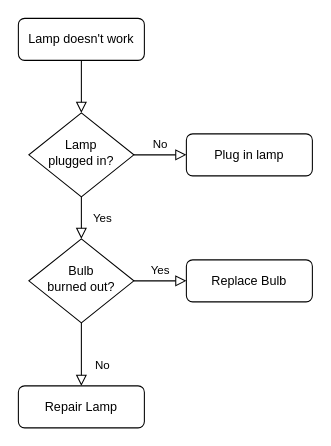
The draw.io diagram Untitled Diagram.drawio in akctba/helpMeal, before the edit. Source tidied: cells renumbered, new cells numbered last; positions are measured from the earlier drawing's top-left corner, leaving out a move shared by most shapes. Both pictures are drawn from the tidied source at 105%, with x=0, y=0 at pixel (18, 18).
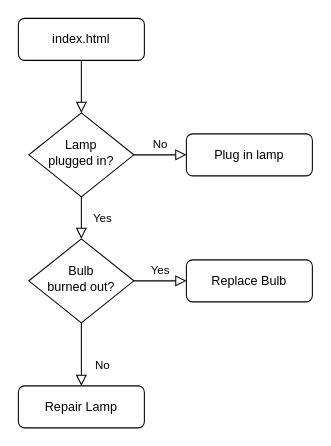
The same page after the edit.

The edit, as a diff of the source:
```diff
@@
 <mxGraphModel>
   <root>
     <mxCell id="0" />
     <mxCell id="1" parent="0" />
     <mxCell id="2" style="rounded=0;html=1;jettySize=auto;fontSize=11;endArrow=block;endFill=0;endSize=8;strokeWidth=1;shadow=0;labelBackgroundColor=none;edgeStyle=orthogonalEdgeStyle;" parent="1" edge="1" source="3" target="6">
       <mxGeometry relative="1" as="geometry" />
     </mxCell>
-    <mxCell id="3" value="Lamp doesn't work" style="rounded=1;whiteSpace=wrap;html=1;fontSize=12;glass=0;strokeWidth=1;shadow=0;" parent="1" vertex="1">
+    <mxCell id="3" value="index.html" style="rounded=1;whiteSpace=wrap;html=1;fontSize=12;glass=0;strokeWidth=1;shadow=0;" parent="1" vertex="1">
       <mxGeometry width="120" height="40" as="geometry" />
     </mxCell>
     <mxCell id="4" value="Yes" style="rounded=0;html=1;jettySize=auto;fontSize=11;endArrow=block;endFill=0;endSize=8;strokeWidth=1;shadow=0;labelBackgroundColor=none;edgeStyle=orthogonalEdgeStyle;" parent="1" edge="1" source="6" target="10">
       <mxGeometry y="20" relative="1" as="geometry" />
     </mxCell>
     <mxCell id="5" value="No" style="edgeStyle=orthogonalEdgeStyle;rounded=0;html=1;jettySize=auto;fontSize=11;endArrow=block;endFill=0;endSize=8;strokeWidth=1;shadow=0;labelBackgroundColor=none;" parent="1" edge="1" source="6" target="7">
       <mxGeometry y="10" relative="1" as="geometry" />
     </mxCell>
     <mxCell id="6" value="Lamp&lt;br&gt;plugged in?" style="rhombus;whiteSpace=wrap;html=1;shadow=0;fontFamily=Helvetica;fontSize=12;align=center;strokeWidth=1;spacing=6;spacingTop=-4;" parent="1" vertex="1">
       <mxGeometry x="10" y="90" width="100" height="80" as="geometry" />
     </mxCell>
     <mxCell id="7" value="Plug in lamp" style="rounded=1;whiteSpace=wrap;html=1;fontSize=12;glass=0;strokeWidth=1;shadow=0;" parent="1" vertex="1">
       <mxGeometry x="160" y="110" width="120" height="40" as="geometry" />
     </mxCell>
     <mxCell id="8" value="No" style="rounded=0;html=1;jettySize=auto;fontSize=11;endArrow=block;endFill=0;endSize=8;strokeWidth=1;shadow=0;labelBackgroundColor=none;edgeStyle=orthogonalEdgeStyle;" parent="1" edge="1" source="10" target="11">
       <mxGeometry x="0.33" y="20" relative="1" as="geometry" />
     </mxCell>
     <mxCell id="9" value="Yes" style="edgeStyle=orthogonalEdgeStyle;rounded=0;html=1;jettySize=auto;fontSize=11;endArrow=block;endFill=0;endSize=8;strokeWidth=1;shadow=0;labelBackgroundColor=none;" parent="1" edge="1" source="10" target="12">
       <mxGeometry y="10" relative="1" as="geometry" />
     </mxCell>
     <mxCell id="10" value="Bulb&lt;br&gt;burned out?" style="rhombus;whiteSpace=wrap;html=1;shadow=0;fontFamily=Helvetica;fontSize=12;align=center;strokeWidth=1;spacing=6;spacingTop=-4;" parent="1" vertex="1">
       <mxGeometry x="10" y="210" width="100" height="80" as="geometry" />
     </mxCell>
     <mxCell id="11" value="Repair Lamp" style="rounded=1;whiteSpace=wrap;html=1;fontSize=12;glass=0;strokeWidth=1;shadow=0;" parent="1" vertex="1">
       <mxGeometry y="350" width="120" height="40" as="geometry" />
     </mxCell>
     <mxCell id="12" value="Replace Bulb" style="rounded=1;whiteSpace=wrap;html=1;fontSize=12;glass=0;strokeWidth=1;shadow=0;" parent="1" vertex="1">
       <mxGeometry x="160" y="230" width="120" height="40" as="geometry" />
     </mxCell>
   </root>
 </mxGraphModel>
```
